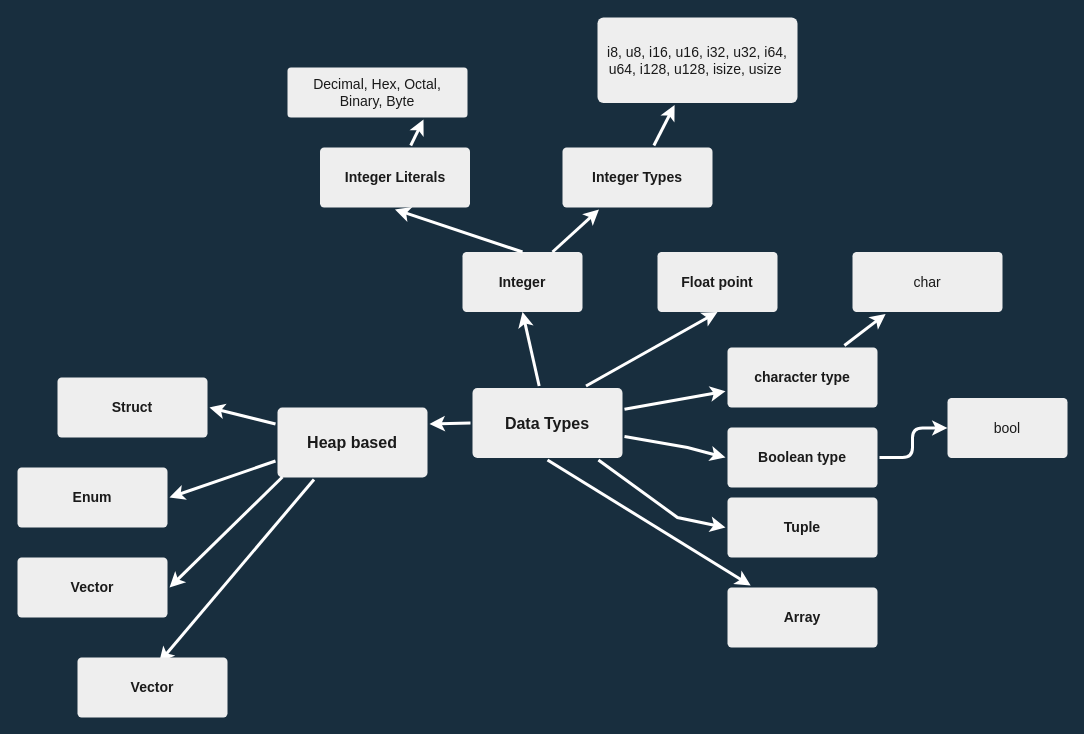
Before: datatypes.drawio in gftea/rust_lang_notes, a draw.io diagram. Source tidied: cells renumbered, new cells numbered last; positions are measured from the earlier drawing's top-left corner, leaving out a move shared by most shapes. Both pictures are drawn from the tidied source at 100%, with x=0, y=0 at pixel (17, 17).
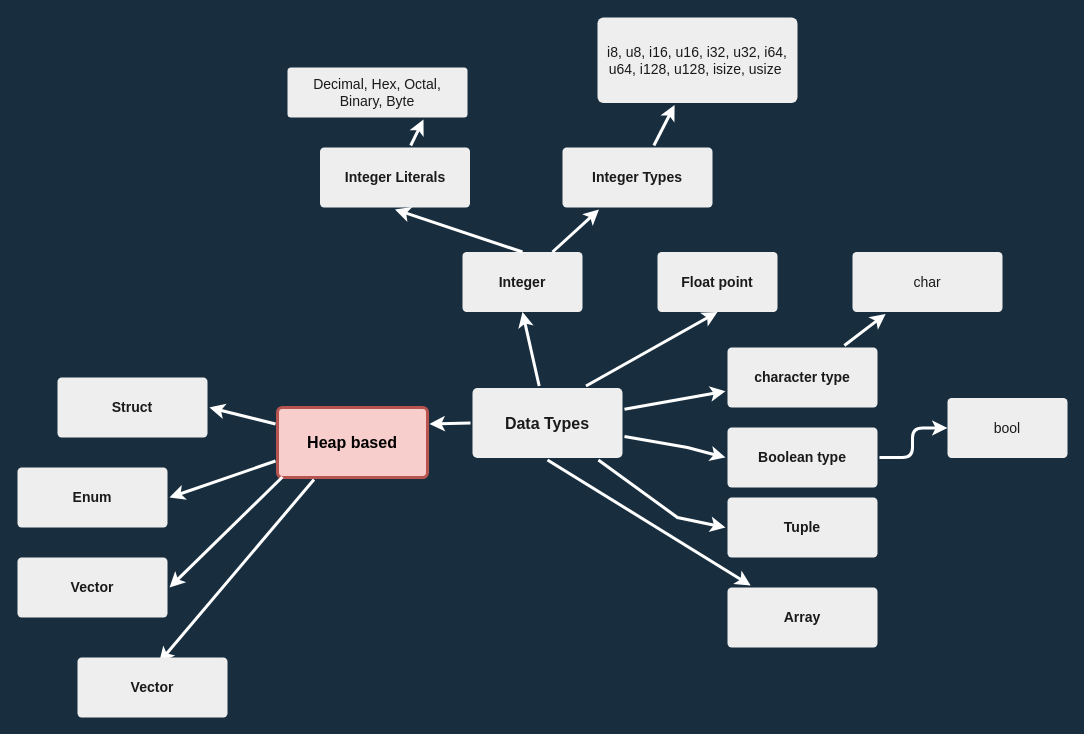
After the change.

Change to the diagram source:
```diff
@@
-    <mxCell id="33" value="Heap based" style="rounded=1;whiteSpace=wrap;html=1;shadow=0;labelBackgroundColor=none;strokeColor=none;strokeWidth=3;fillColor=#EEEEEE;fontFamily=Helvetica;fontSize=16;fontColor=#1A1A1A;align=center;fontStyle=1;spacing=5;arcSize=7;perimeterSpacing=2;" parent="1" vertex="1">
+    <mxCell id="33" value="Heap based" style="rounded=1;whiteSpace=wrap;html=1;shadow=0;labelBackgroundColor=none;strokeColor=#b85450;strokeWidth=3;fillColor=#f8cecc;fontFamily=Helvetica;fontSize=16;align=center;fontStyle=1;spacing=5;arcSize=7;perimeterSpacing=2;" parent="1" vertex="1">
       <mxGeometry x="260" y="390" width="150" height="70" as="geometry" />
     </mxCell>
```
